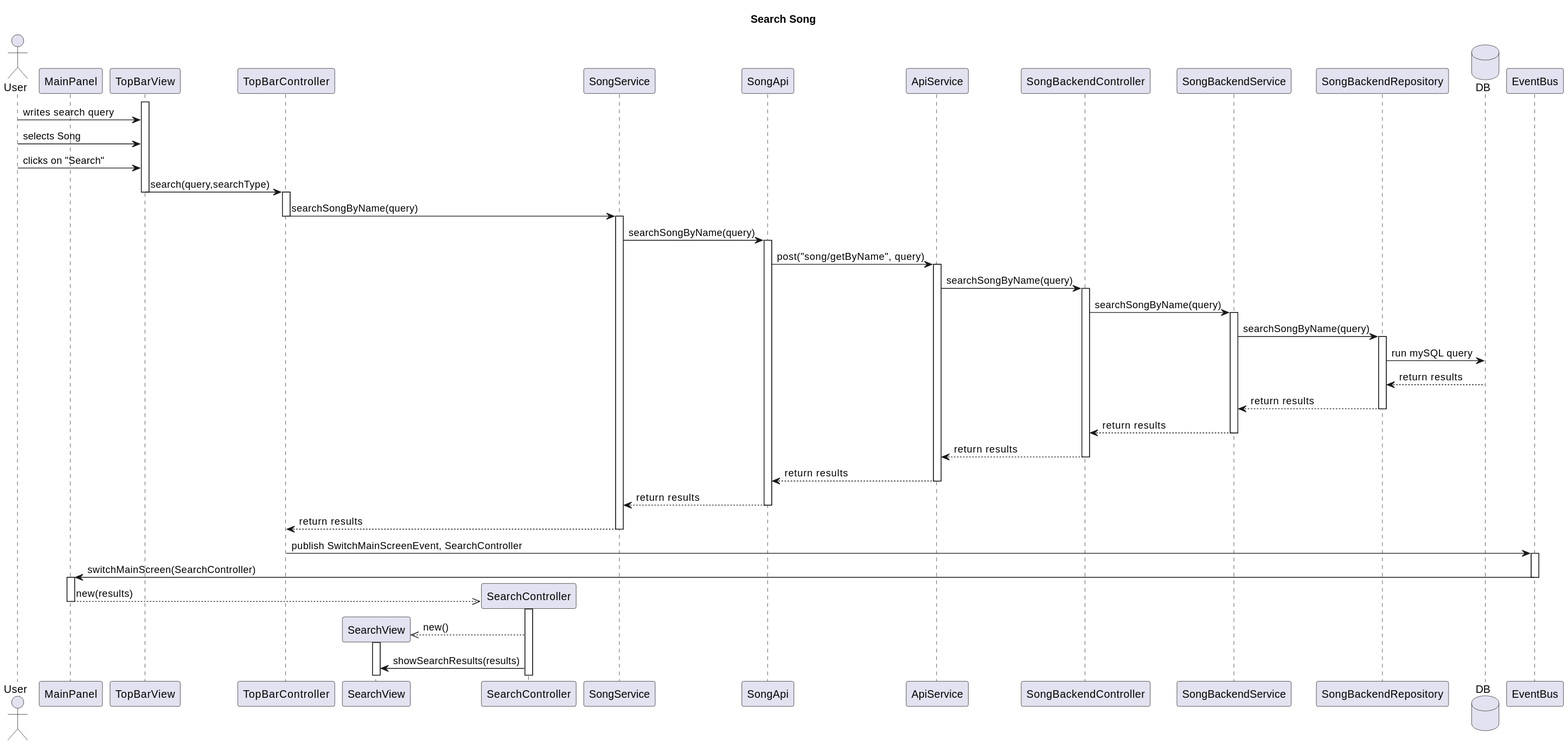
Above: Paradoteo_4/SequenceDiagrams-v0.3/SearchSong.svg in RubenKingCP/Tunix (PlantUML), before the change. Source of this version:
```plantuml
@startuml
title Search Song

actor User

participant MainPanel
participant TopBarView
participant TopBarController
participant SearchView
participant SearchController
participant SongService
participant SongApi
participant ApiService
participant SongBackendController
participant SongBackendService
participant SongBackendRepository

database DB

participant EventBus

activate TopBarView
User -> TopBarView : writes search query
User -> TopBarView : selects Song
User -> TopBarView : clicks on "Search"
TopBarView -> TopBarController : search(query,searchType)
deactivate TopBarView
activate TopBarController
TopBarController -> SongService : searchSongByName(query)
deactivate TopBarController
activate SongService
SongService -> SongApi : searchSongByName(query)
activate SongApi
SongApi -> ApiService : post("song/getByName", query)
activate ApiService
ApiService -> SongBackendController : searchSongByName(query)
activate SongBackendController
SongBackendController -> SongBackendService : searchSongByName(query)
activate SongBackendService
SongBackendService -> SongBackendRepository : searchSongByName(query)
activate SongBackendRepository
SongBackendRepository -> DB : run mySQL query
DB --> SongBackendRepository : return results
SongBackendRepository --> SongBackendService : return results
deactivate SongBackendRepository
SongBackendService --> SongBackendController : return results
deactivate SongBackendService
SongBackendController --> ApiService : return results
deactivate SongBackendController
ApiService --> SongApi : return results
deactivate ApiService
SongApi --> SongService : return results
deactivate SongApi
SongService --> TopBarController : return results
deactivate SongService
TopBarController -> EventBus : publish SwitchMainScreenEvent, SearchController
activate EventBus
EventBus -> MainPanel : switchMainScreen(SearchController)
deactivate EventBus
activate MainPanel
create SearchController
MainPanel -->> SearchController : new(results)
deactivate MainPanel
activate SearchController
create SearchView
SearchController -->> SearchView : new()
activate SearchView
SearchController -> SearchView : showSearchResults(results)
@enduml
```
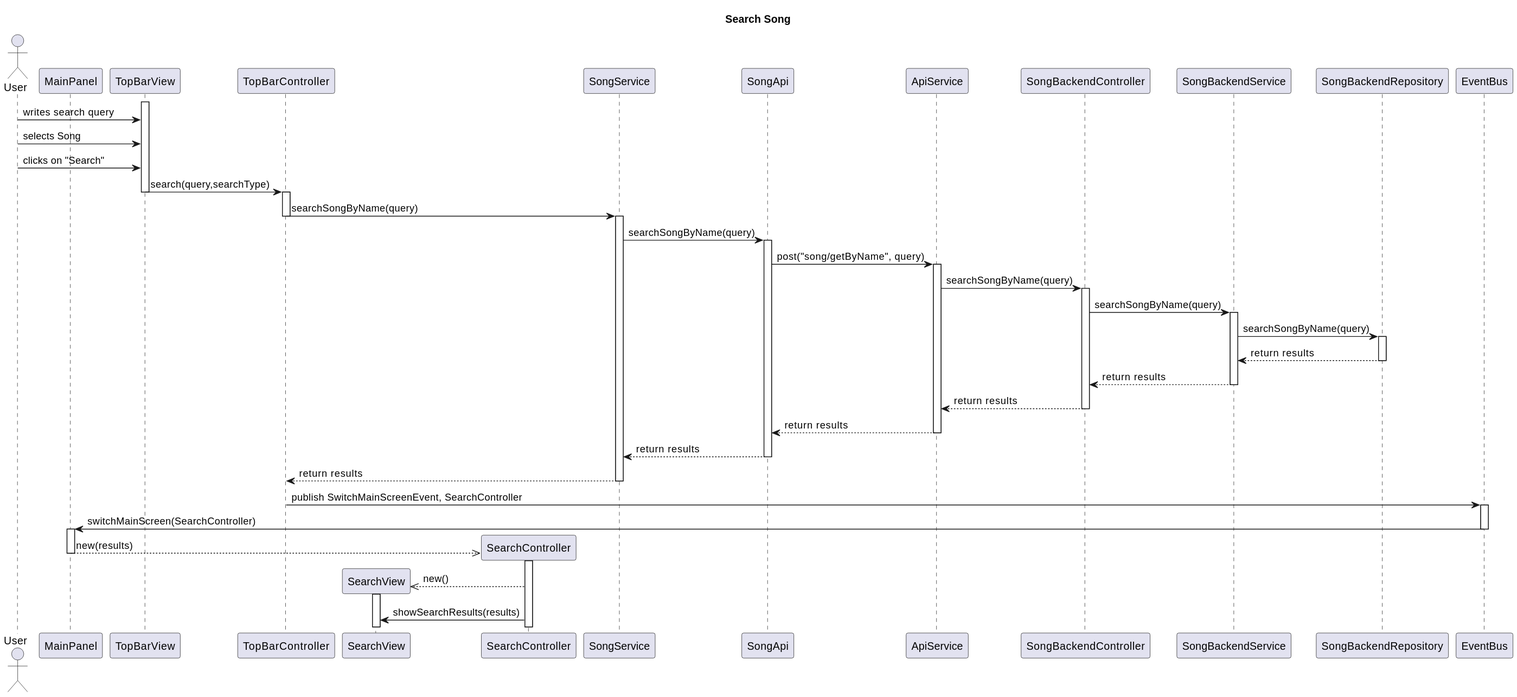
Later version of the same file.

What changed in the source:
```diff
@@ -15,7 +15,6 @@
 participant SongBackendService
 participant SongBackendRepository
 
-database DB
 
 participant EventBus
 
@@ -39,8 +38,6 @@
 activate SongBackendService
 SongBackendService -> SongBackendRepository : searchSongByName(query)
 activate SongBackendRepository
-SongBackendRepository -> DB : run mySQL query
-DB --> SongBackendRepository : return results
 SongBackendRepository --> SongBackendService : return results
 deactivate SongBackendRepository
 SongBackendService --> SongBackendController : return results
```
